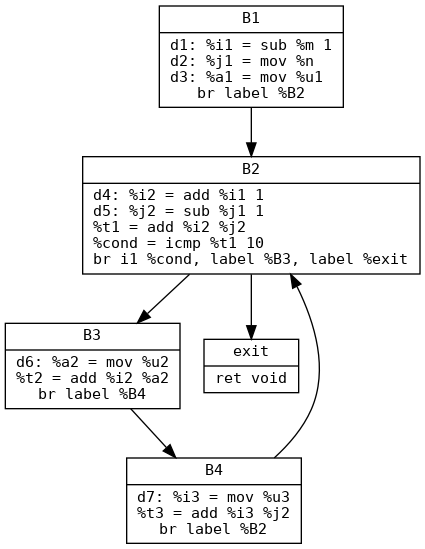
terriyu88-maker/reaching-defs keeps this Graphviz diagram as cfg.png. Above is the earlier version. Its source is kept beside it as cfg.dot.
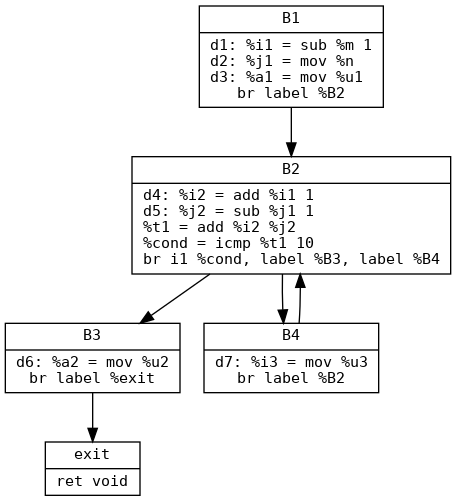
The same file after the commit.

Commit message:
fix: restructure CFG to match Dragon Book diagram (B2→B3/B4 parallel, no B3→B4)

Diff of the diagram source:
```diff
@@ -4,14 +4,14 @@
   edge [fontname="Consolas", fontsize=9];
 
   "B1" [label="{B1 | d1: %i1 = sub %m 1\ld2: %j1 = mov %n\ld3: %a1 = mov %u1\lbr label %B2}"];
-  "B2" [label="{B2 | d4: %i2 = add %i1 1\ld5: %j2 = sub %j1 1\l%t1 = add %i2 %j2\l%cond = icmp %t1 10\lbr i1 %cond, label %B3, label %exit}"];
-  "B3" [label="{B3 | d6: %a2 = mov %u2\l%t2 = add %i2 %a2\lbr label %B4}"];
-  "B4" [label="{B4 | d7: %i3 = mov %u3\l%t3 = add %i3 %j2\lbr label %B2}"];
+  "B2" [label="{B2 | d4: %i2 = add %i1 1\ld5: %j2 = sub %j1 1\l%t1 = add %i2 %j2\l%cond = icmp %t1 10\lbr i1 %cond, label %B3, label %B4}"];
+  "B3" [label="{B3 | d6: %a2 = mov %u2\lbr label %exit}"];
+  "B4" [label="{B4 | d7: %i3 = mov %u3\lbr label %B2}"];
   "exit" [label="{exit | ret void\l}"];
 
   "B1" -> "B2";
   "B2" -> "B3";
-  "B2" -> "exit";
-  "B3" -> "B4";
+  "B2" -> "B4";
+  "B3" -> "exit";
   "B4" -> "B2";
 }
```
